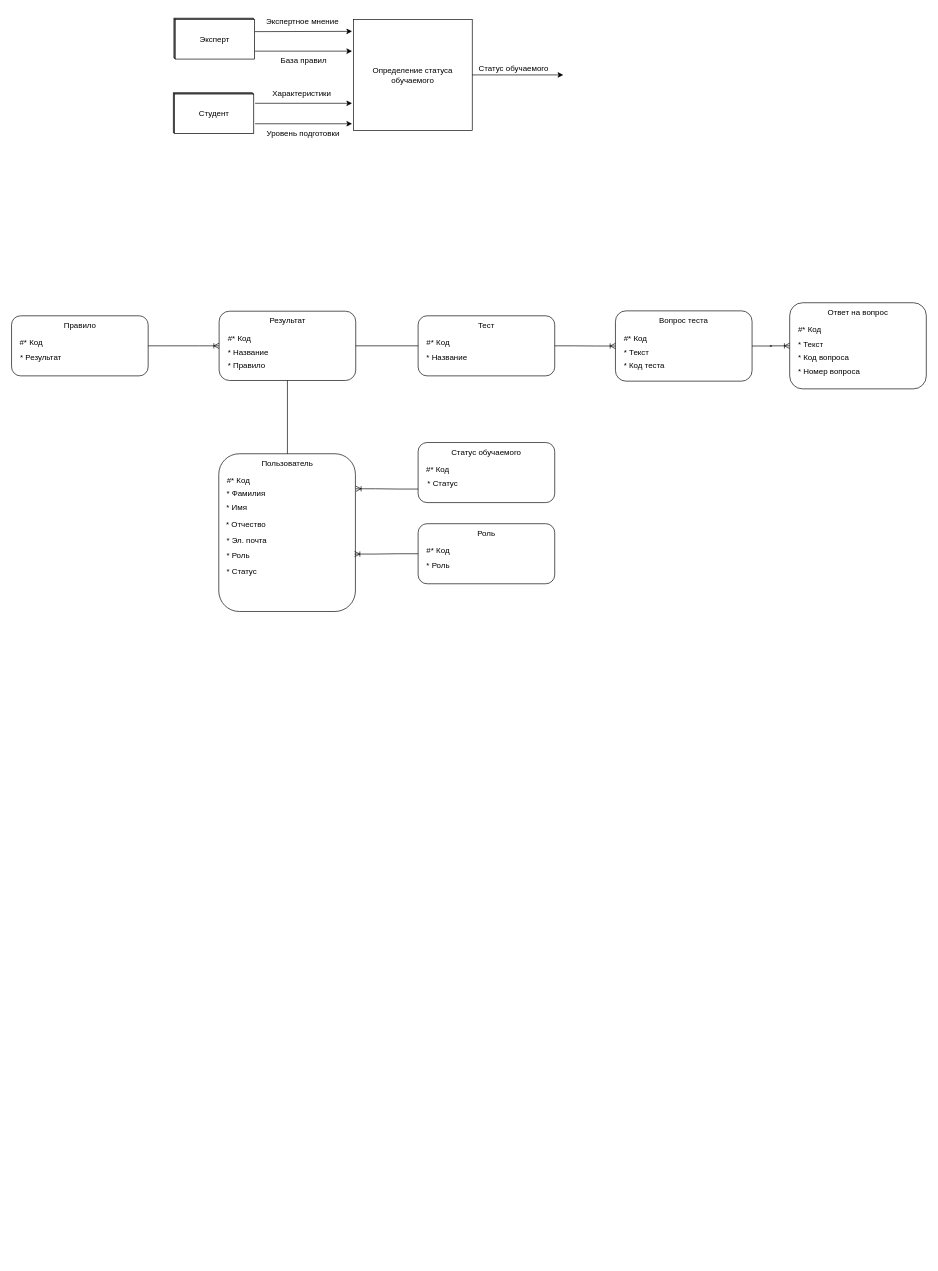
This is something.drawio from RGNGIT/ios-server, a draw.io file, before an edit. Source tidied: cells renumbered, new cells numbered last; positions are measured from the earlier drawing's top-left corner, leaving out a move shared by most shapes. Both pictures are drawn from the tidied source at 66%, with x=0, y=0 at pixel (11, 11).
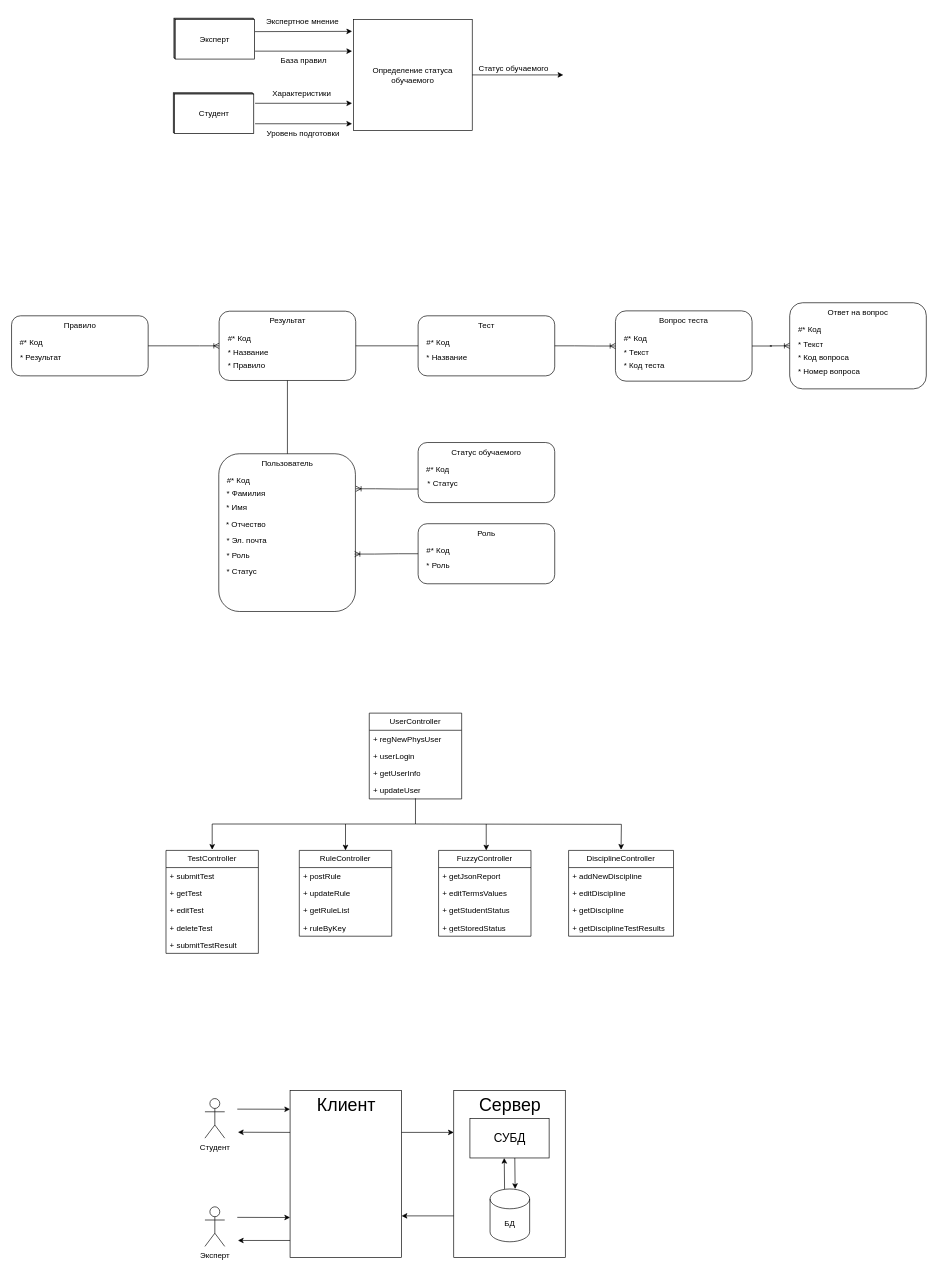
The same diagram, later.

The edit, as a diff of the source:
```diff
@@
+    <mxCell id="67" style="edgeStyle=orthogonalEdgeStyle;rounded=0;orthogonalLoop=1;jettySize=auto;html=1;entryX=0.5;entryY=0;entryDx=0;entryDy=0;" parent="1" edge="1">
+      <mxGeometry relative="1" as="geometry">
+        <mxPoint x="612" y="1192" as="sourcePoint" />
+        <mxPoint x="304" y="1270" as="targetPoint" />
+        <Array as="points">
+          <mxPoint x="612" y="1231" />
+          <mxPoint x="304" y="1231" />
+        </Array>
+      </mxGeometry>
+    </mxCell>
+    <mxCell id="68" style="edgeStyle=orthogonalEdgeStyle;rounded=0;orthogonalLoop=1;jettySize=auto;html=1;entryX=0.5;entryY=0;entryDx=0;entryDy=0;" parent="1" edge="1">
+      <mxGeometry relative="1" as="geometry">
+        <mxPoint x="612" y="1231" as="sourcePoint" />
+        <mxPoint x="923.5" y="1270" as="targetPoint" />
+      </mxGeometry>
+    </mxCell>
+    <mxCell id="69" value="UserController" style="swimlane;fontStyle=0;horizontal=1;startSize=26;fillColor=none;whiteSpace=wrap;html=1;" parent="1" vertex="1">
+      <mxGeometry x="542" y="1063" width="140" height="130" as="geometry" />
+    </mxCell>
+    <mxCell id="70" value="+ regNewPhysUser" style="text;strokeColor=none;fillColor=none;align=left;verticalAlign=top;spacingLeft=4;spacingRight=4;overflow=hidden;whiteSpace=wrap;html=1;" parent="69" vertex="1">
+      <mxGeometry y="26" width="140" height="26" as="geometry" />
+    </mxCell>
+    <mxCell id="71" value="+ userLogin" style="text;strokeColor=none;fillColor=none;align=left;verticalAlign=top;spacingLeft=4;spacingRight=4;overflow=hidden;whiteSpace=wrap;html=1;" parent="69" vertex="1">
+      <mxGeometry y="52" width="140" height="26" as="geometry" />
+    </mxCell>
+    <mxCell id="72" value="+ getUserInfo" style="text;strokeColor=none;fillColor=none;align=left;verticalAlign=top;spacingLeft=4;spacingRight=4;overflow=hidden;whiteSpace=wrap;html=1;" parent="69" vertex="1">
+      <mxGeometry y="78" width="140" height="26" as="geometry" />
+    </mxCell>
+    <mxCell id="73" value="+ updateUser" style="text;strokeColor=none;fillColor=none;align=left;verticalAlign=top;spacingLeft=4;spacingRight=4;overflow=hidden;whiteSpace=wrap;html=1;" parent="69" vertex="1">
+      <mxGeometry y="104" width="140" height="26" as="geometry" />
+    </mxCell>
+    <mxCell id="74" value="TestController" style="swimlane;fontStyle=0;horizontal=1;startSize=26;fillColor=none;whiteSpace=wrap;html=1;" parent="1" vertex="1">
+      <mxGeometry x="234" y="1271" width="140" height="156" as="geometry" />
+    </mxCell>
+    <mxCell id="75" value="+ submitTest" style="text;strokeColor=none;fillColor=none;align=left;verticalAlign=top;spacingLeft=4;spacingRight=4;overflow=hidden;whiteSpace=wrap;html=1;" parent="74" vertex="1">
+      <mxGeometry y="26" width="140" height="26" as="geometry" />
+    </mxCell>
+    <mxCell id="76" value="+ getTest" style="text;strokeColor=none;fillColor=none;align=left;verticalAlign=top;spacingLeft=4;spacingRight=4;overflow=hidden;whiteSpace=wrap;html=1;" parent="74" vertex="1">
+      <mxGeometry y="52" width="140" height="26" as="geometry" />
+    </mxCell>
+    <mxCell id="77" value="+ editTest" style="text;strokeColor=none;fillColor=none;align=left;verticalAlign=top;spacingLeft=4;spacingRight=4;overflow=hidden;whiteSpace=wrap;html=1;" parent="74" vertex="1">
+      <mxGeometry y="78" width="140" height="26" as="geometry" />
+    </mxCell>
+    <mxCell id="78" value="+ deleteTest" style="text;strokeColor=none;fillColor=none;align=left;verticalAlign=top;spacingLeft=4;spacingRight=4;overflow=hidden;whiteSpace=wrap;html=1;" parent="74" vertex="1">
+      <mxGeometry y="104" width="140" height="26" as="geometry" />
+    </mxCell>
+    <mxCell id="79" value="+ submitTestResult" style="text;strokeColor=none;fillColor=none;align=left;verticalAlign=top;spacingLeft=4;spacingRight=4;overflow=hidden;whiteSpace=wrap;html=1;" parent="74" vertex="1">
+      <mxGeometry y="130" width="140" height="26" as="geometry" />
+    </mxCell>
+    <mxCell id="80" value="RuleController" style="swimlane;fontStyle=0;horizontal=1;startSize=26;fillColor=none;whiteSpace=wrap;html=1;" parent="1" vertex="1">
+      <mxGeometry x="436" y="1271" width="140" height="130" as="geometry" />
+    </mxCell>
+    <mxCell id="81" value="+ postRule" style="text;strokeColor=none;fillColor=none;align=left;verticalAlign=top;spacingLeft=4;spacingRight=4;overflow=hidden;whiteSpace=wrap;html=1;" parent="80" vertex="1">
+      <mxGeometry y="26" width="140" height="26" as="geometry" />
+    </mxCell>
+    <mxCell id="82" value="+ updateRule" style="text;strokeColor=none;fillColor=none;align=left;verticalAlign=top;spacingLeft=4;spacingRight=4;overflow=hidden;whiteSpace=wrap;html=1;" parent="80" vertex="1">
+      <mxGeometry y="52" width="140" height="26" as="geometry" />
+    </mxCell>
+    <mxCell id="83" value="+ getRuleList" style="text;strokeColor=none;fillColor=none;align=left;verticalAlign=top;spacingLeft=4;spacingRight=4;overflow=hidden;whiteSpace=wrap;html=1;" parent="80" vertex="1">
+      <mxGeometry y="78" width="140" height="26" as="geometry" />
+    </mxCell>
+    <mxCell id="84" value="+ ruleByKey" style="text;strokeColor=none;fillColor=none;align=left;verticalAlign=top;spacingLeft=4;spacingRight=4;overflow=hidden;whiteSpace=wrap;html=1;" parent="80" vertex="1">
+      <mxGeometry y="104" width="140" height="26" as="geometry" />
+    </mxCell>
+    <mxCell id="85" value="FuzzyController" style="swimlane;fontStyle=0;horizontal=1;startSize=26;fillColor=none;whiteSpace=wrap;html=1;" parent="1" vertex="1">
+      <mxGeometry x="647" y="1271" width="140" height="130" as="geometry" />
+    </mxCell>
+    <mxCell id="86" value="+ getJsonReport" style="text;strokeColor=none;fillColor=none;align=left;verticalAlign=top;spacingLeft=4;spacingRight=4;overflow=hidden;whiteSpace=wrap;html=1;" parent="85" vertex="1">
+      <mxGeometry y="26" width="140" height="26" as="geometry" />
+    </mxCell>
+    <mxCell id="87" value="+ editTermsValues" style="text;strokeColor=none;fillColor=none;align=left;verticalAlign=top;spacingLeft=4;spacingRight=4;overflow=hidden;whiteSpace=wrap;html=1;" parent="85" vertex="1">
+      <mxGeometry y="52" width="140" height="26" as="geometry" />
+    </mxCell>
+    <mxCell id="88" value="+ getStudentStatus" style="text;strokeColor=none;fillColor=none;align=left;verticalAlign=top;spacingLeft=4;spacingRight=4;overflow=hidden;whiteSpace=wrap;html=1;" parent="85" vertex="1">
+      <mxGeometry y="78" width="140" height="26" as="geometry" />
+    </mxCell>
+    <mxCell id="89" value="+ getStoredStatus" style="text;strokeColor=none;fillColor=none;align=left;verticalAlign=top;spacingLeft=4;spacingRight=4;overflow=hidden;whiteSpace=wrap;html=1;" parent="85" vertex="1">
+      <mxGeometry y="104" width="140" height="26" as="geometry" />
+    </mxCell>
+    <mxCell id="90" value="DisciplineController" style="swimlane;fontStyle=0;horizontal=1;startSize=26;fillColor=none;whiteSpace=wrap;html=1;" parent="1" vertex="1">
+      <mxGeometry x="844" y="1271" width="159" height="130" as="geometry" />
+    </mxCell>
+    <mxCell id="91" value="+ addNewDiscipline" style="text;strokeColor=none;fillColor=none;align=left;verticalAlign=top;spacingLeft=4;spacingRight=4;overflow=hidden;whiteSpace=wrap;html=1;" parent="90" vertex="1">
+      <mxGeometry y="26" width="159" height="26" as="geometry" />
+    </mxCell>
+    <mxCell id="92" value="+ editDiscipline" style="text;strokeColor=none;fillColor=none;align=left;verticalAlign=top;spacingLeft=4;spacingRight=4;overflow=hidden;whiteSpace=wrap;html=1;" parent="90" vertex="1">
+      <mxGeometry y="52" width="159" height="26" as="geometry" />
+    </mxCell>
+    <mxCell id="93" value="+ getDiscipline" style="text;strokeColor=none;fillColor=none;align=left;verticalAlign=top;spacingLeft=4;spacingRight=4;overflow=hidden;whiteSpace=wrap;html=1;" parent="90" vertex="1">
+      <mxGeometry y="78" width="159" height="26" as="geometry" />
+    </mxCell>
+    <mxCell id="94" value="+ getDisciplineTestResults" style="text;strokeColor=none;fillColor=none;align=left;verticalAlign=top;spacingLeft=4;spacingRight=4;overflow=hidden;whiteSpace=wrap;html=1;" parent="90" vertex="1">
+      <mxGeometry y="104" width="159" height="26" as="geometry" />
+    </mxCell>
+    <mxCell id="95" style="endArrow=classic;html=1;rounded=0;entryX=0.5;entryY=0;entryDx=0;entryDy=0;" parent="1" edge="1" target="80">
+      <mxGeometry relative="1" as="geometry">
+        <mxPoint x="506" y="1231" as="sourcePoint" />
+      </mxGeometry>
+    </mxCell>
+    <mxCell id="96" style="endArrow=classic;html=1;rounded=0;entryX=0.5;entryY=0;entryDx=0;entryDy=0;" parent="1" edge="1">
+      <mxGeometry relative="1" as="geometry">
+        <mxPoint x="719.2" y="1231" as="sourcePoint" />
+        <mxPoint x="719.2" y="1271" as="targetPoint" />
+      </mxGeometry>
+    </mxCell>
+    <mxCell id="97" style="rounded=0;whiteSpace=wrap;html=1;" parent="1" vertex="1">
+      <mxGeometry x="422" y="1635" width="169" height="253" as="geometry" />
+    </mxCell>
+    <mxCell id="98" value="&lt;font style=&quot;font-size: 27px;&quot;&gt;Клиент&lt;/font&gt;" style="text;html=1;align=center;verticalAlign=middle;strokeColor=none;fillColor=none;" parent="1" vertex="1">
+      <mxGeometry x="453" y="1635" width="107" height="44" as="geometry" />
+    </mxCell>
+    <mxCell id="99" style="rounded=0;whiteSpace=wrap;html=1;" parent="1" vertex="1">
+      <mxGeometry x="670" y="1635" width="169" height="253" as="geometry" />
+    </mxCell>
+    <mxCell id="100" style="endArrow=classic;html=1;rounded=0;exitX=1;exitY=0.25;exitDx=0;exitDy=0;entryX=0;entryY=0.25;entryDx=0;entryDy=0;" parent="1" edge="1" source="97" target="99">
+      <mxGeometry relative="1" as="geometry" />
+    </mxCell>
+    <mxCell id="101" style="endArrow=classic;html=1;rounded=0;entryX=1;entryY=0.75;entryDx=0;entryDy=0;exitX=0;exitY=0.75;exitDx=0;exitDy=0;" parent="1" edge="1" source="99" target="97">
+      <mxGeometry relative="1" as="geometry" />
+    </mxCell>
+    <mxCell id="102" value="&lt;font style=&quot;font-size: 18px;&quot;&gt;СУБД&lt;/font&gt;" style="rounded=0;whiteSpace=wrap;html=1;" parent="1" vertex="1">
+      <mxGeometry x="694.5" y="1677" width="120" height="60" as="geometry" />
+    </mxCell>
+    <mxCell id="103" value="БД" style="shape=cylinder3;whiteSpace=wrap;html=1;boundedLbl=1;backgroundOutline=1;size=15;" parent="1" vertex="1">
+      <mxGeometry x="725" y="1784" width="60" height="80" as="geometry" />
+    </mxCell>
+    <mxCell id="104" style="endArrow=classic;html=1;rounded=0;exitX=0.5;exitY=1;exitDx=0;exitDy=0;entryX=0.5;entryY=0;entryDx=0;entryDy=0;entryPerimeter=0;" parent="1" edge="1">
+      <mxGeometry relative="1" as="geometry">
+        <mxPoint x="762.5" y="1737" as="sourcePoint" />
+        <mxPoint x="763" y="1784" as="targetPoint" />
+      </mxGeometry>
+    </mxCell>
+    <mxCell id="105" style="endArrow=classic;html=1;rounded=0;exitX=0.5;exitY=0;exitDx=0;exitDy=0;exitPerimeter=0;entryX=0.5;entryY=1;entryDx=0;entryDy=0;" parent="1" edge="1">
+      <mxGeometry relative="1" as="geometry">
+        <mxPoint x="747" y="1784" as="sourcePoint" />
+        <mxPoint x="746.5" y="1737" as="targetPoint" />
+      </mxGeometry>
+    </mxCell>
+    <mxCell id="106" value="&lt;font style=&quot;font-size: 27px;&quot;&gt;Сервер&lt;/font&gt;" style="text;html=1;align=center;verticalAlign=middle;strokeColor=none;fillColor=none;" parent="1" vertex="1">
+      <mxGeometry x="699" y="1635" width="112" height="44" as="geometry" />
+    </mxCell>
+    <mxCell id="107" value="Студент" style="shape=umlActor;verticalLabelPosition=bottom;verticalAlign=top;html=1;" parent="1" vertex="1">
+      <mxGeometry x="293" y="1647" width="30" height="60" as="geometry" />
+    </mxCell>
+    <mxCell id="108" style="endArrow=classic;html=1;rounded=0;entryX=0;entryY=0.25;entryDx=0;entryDy=0;" parent="1" edge="1">
+      <mxGeometry relative="1" as="geometry">
+        <mxPoint x="342" y="1663" as="sourcePoint" />
+        <mxPoint x="422" y="1663.2" as="targetPoint" />
+      </mxGeometry>
+    </mxCell>
+    <mxCell id="109" style="endArrow=classic;html=1;rounded=0;exitX=0;exitY=0.25;exitDx=0;exitDy=0;" parent="1" edge="1" source="97">
+      <mxGeometry relative="1" as="geometry">
+        <mxPoint x="343" y="1698" as="targetPoint" />
+      </mxGeometry>
+    </mxCell>
+    <mxCell id="110" value="Эксперт" style="shape=umlActor;verticalLabelPosition=bottom;verticalAlign=top;html=1;" parent="1" vertex="1">
+      <mxGeometry x="293" y="1811" width="30" height="60" as="geometry" />
+    </mxCell>
+    <mxCell id="111" style="endArrow=classic;html=1;rounded=0;entryX=0;entryY=0.25;entryDx=0;entryDy=0;" parent="1" edge="1">
+      <mxGeometry relative="1" as="geometry">
+        <mxPoint x="342" y="1827" as="sourcePoint" />
+        <mxPoint x="422" y="1827.2" as="targetPoint" />
+      </mxGeometry>
+    </mxCell>
+    <mxCell id="112" style="endArrow=classic;html=1;rounded=0;exitX=0;exitY=0.25;exitDx=0;exitDy=0;" parent="1" edge="1">
+      <mxGeometry relative="1" as="geometry">
+        <mxPoint x="422" y="1862" as="sourcePoint" />
+        <mxPoint x="343" y="1862" as="targetPoint" />
+      </mxGeometry>
+    </mxCell>
```
